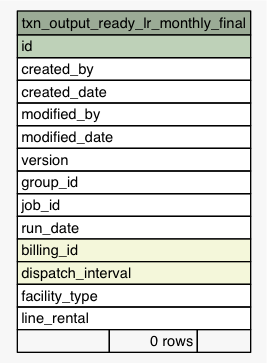
The Graphviz diagram Data/settlement/diagrams/summary/txn_output_ready_lr_monthly_final.1degree.png in eyana-m/python-data-dictionary-writer, before a commit. Its source is kept beside it as Data/settlement/diagrams/summary/txn_output_ready_lr_monthly_final.1degree.dot. Source of this version:
```dot
digraph "txn_output_ready_lr_monthly_final" {
  graph [
    rankdir="RL"
    bgcolor="#f7f7f7"
    nodesep="0.18"
    ranksep="0.46"
    fontname="Helvetica"
    fontsize="11"
  ];
  node [
    fontname="Helvetica"
    fontsize="11"
    shape="plaintext"
  ];
  edge [
    arrowsize="0.8"
  ];
  "txn_output_ready_lr_monthly_final" [
    label=<
    <TABLE BORDER="0" CELLBORDER="1" CELLSPACING="0" BGCOLOR="#ffffff">
      <TR><TD COLSPAN="3" BGCOLOR="#9bab96" ALIGN="CENTER">txn_output_ready_lr_monthly_final</TD></TR>
      <TR><TD PORT="id" COLSPAN="3" BGCOLOR="#bed1b8" ALIGN="LEFT">id</TD></TR>
      <TR><TD PORT="created_by" COLSPAN="3" ALIGN="LEFT">created_by</TD></TR>
      <TR><TD PORT="created_date" COLSPAN="3" ALIGN="LEFT">created_date</TD></TR>
      <TR><TD PORT="modified_by" COLSPAN="3" ALIGN="LEFT">modified_by</TD></TR>
      <TR><TD PORT="modified_date" COLSPAN="3" ALIGN="LEFT">modified_date</TD></TR>
      <TR><TD PORT="version" COLSPAN="3" ALIGN="LEFT">version</TD></TR>
      <TR><TD PORT="group_id" COLSPAN="3" ALIGN="LEFT">group_id</TD></TR>
      <TR><TD PORT="job_id" COLSPAN="3" ALIGN="LEFT">job_id</TD></TR>
      <TR><TD PORT="run_date" COLSPAN="3" ALIGN="LEFT">run_date</TD></TR>
      <TR><TD PORT="billing_id" COLSPAN="3" BGCOLOR="#f4f7da" ALIGN="LEFT">billing_id</TD></TR>
      <TR><TD PORT="dispatch_interval" COLSPAN="3" BGCOLOR="#f4f7da" ALIGN="LEFT">dispatch_interval</TD></TR>
      <TR><TD PORT="facility_type" COLSPAN="3" ALIGN="LEFT">facility_type</TD></TR>
      <TR><TD PORT="line_rental" COLSPAN="3" ALIGN="LEFT">line_rental</TD></TR>
      <TR><TD ALIGN="LEFT" BGCOLOR="#f7f7f7">  </TD><TD ALIGN="RIGHT" BGCOLOR="#f7f7f7">0 rows</TD><TD ALIGN="RIGHT" BGCOLOR="#f7f7f7">  </TD></TR>
    </TABLE>>
    URL="tables/txn_output_ready_lr_monthly_final.html"
    tooltip="txn_output_ready_lr_monthly_final"
  ];
}
```
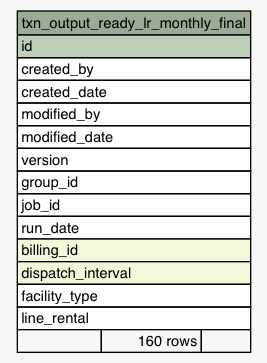
The same file after the commit.

Diff of the diagram source:
```diff
@@ -32,7 +32,7 @@
       <TR><TD PORT="dispatch_interval" COLSPAN="3" BGCOLOR="#f4f7da" ALIGN="LEFT">dispatch_interval</TD></TR>
       <TR><TD PORT="facility_type" COLSPAN="3" ALIGN="LEFT">facility_type</TD></TR>
       <TR><TD PORT="line_rental" COLSPAN="3" ALIGN="LEFT">line_rental</TD></TR>
-      <TR><TD ALIGN="LEFT" BGCOLOR="#f7f7f7">  </TD><TD ALIGN="RIGHT" BGCOLOR="#f7f7f7">0 rows</TD><TD ALIGN="RIGHT" BGCOLOR="#f7f7f7">  </TD></TR>
+      <TR><TD ALIGN="LEFT" BGCOLOR="#f7f7f7">  </TD><TD ALIGN="RIGHT" BGCOLOR="#f7f7f7">160 rows</TD><TD ALIGN="RIGHT" BGCOLOR="#f7f7f7">  </TD></TR>
     </TABLE>>
     URL="tables/txn_output_ready_lr_monthly_final.html"
     tooltip="txn_output_ready_lr_monthly_final"
```
